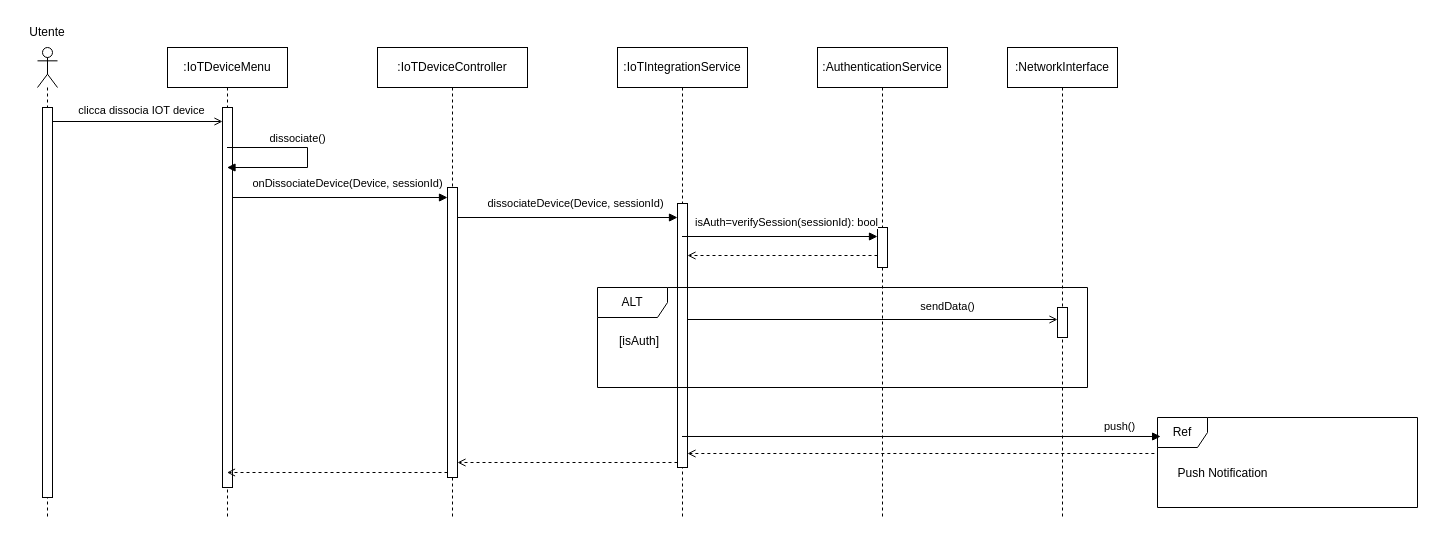
This is content/seq/seqDissociateIOTDev.drawio from uni-aca100/ing-proj, a draw.io file, before an edit. Source tidied: cells renumbered, new cells numbered last; positions are measured from the earlier drawing's top-left corner, leaving out a move shared by most shapes. Both pictures are drawn from the tidied source at 100%, with x=0, y=0 at pixel (17, 17).
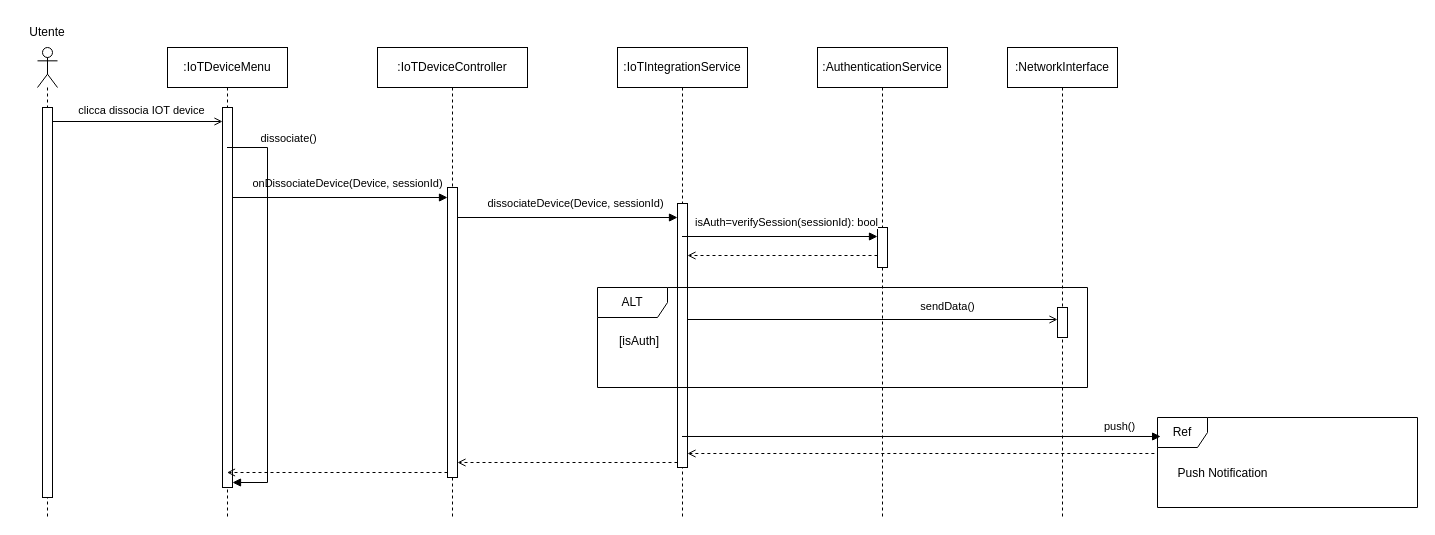
After the change.

Unchanged cells that the change refers to:
```xml
<mxCell id="7" style="html=1;points=[[0,0,0,0,5],[0,1,0,0,-5],[1,0,0,0,5],[1,1,0,0,-5]];perimeter=orthogonalPerimeter;outlineConnect=0;targetShapes=umlLifeline;portConstraint=eastwest;newEdgeStyle={&quot;curved&quot;:0,&quot;rounded&quot;:0};" parent="6" vertex="1">
  <mxGeometry x="55" y="60" width="10" height="380" as="geometry" />
</mxCell>
```

Diff of the diagram source:
```diff
@@
-    <mxCell id="14" style="html=1;verticalAlign=bottom;labelBackgroundColor=none;endArrow=block;endFill=1;rounded=0;" parent="1" edge="1">
+    <mxCell id="14" style="html=1;verticalAlign=bottom;labelBackgroundColor=none;endArrow=block;endFill=1;rounded=0;entryX=1;entryY=1;entryDx=0;entryDy=-5;entryPerimeter=0;" parent="1" edge="1" target="7">
       <mxGeometry relative="1" as="geometry">
         <mxPoint x="209.5" y="130" as="sourcePoint" />
-        <mxPoint x="209.5" y="150" as="targetPoint" />
         <Array as="points">
-          <mxPoint x="290" y="130" />
-          <mxPoint x="290" y="150" />
+          <mxPoint x="250" y="130" />
+          <mxPoint x="250" y="465" />
         </Array>
       </mxGeometry>
     </mxCell>
     <mxCell id="15" value="dissociate()" style="edgeLabel;html=1;align=center;verticalAlign=middle;" parent="14" vertex="1">
       <mxGeometry x="-0.52" y="1" relative="1" as="geometry">
-        <mxPoint x="27" y="-9" as="offset" />
+        <mxPoint x="19" y="-68" as="offset" />
       </mxGeometry>
     </mxCell>
```
